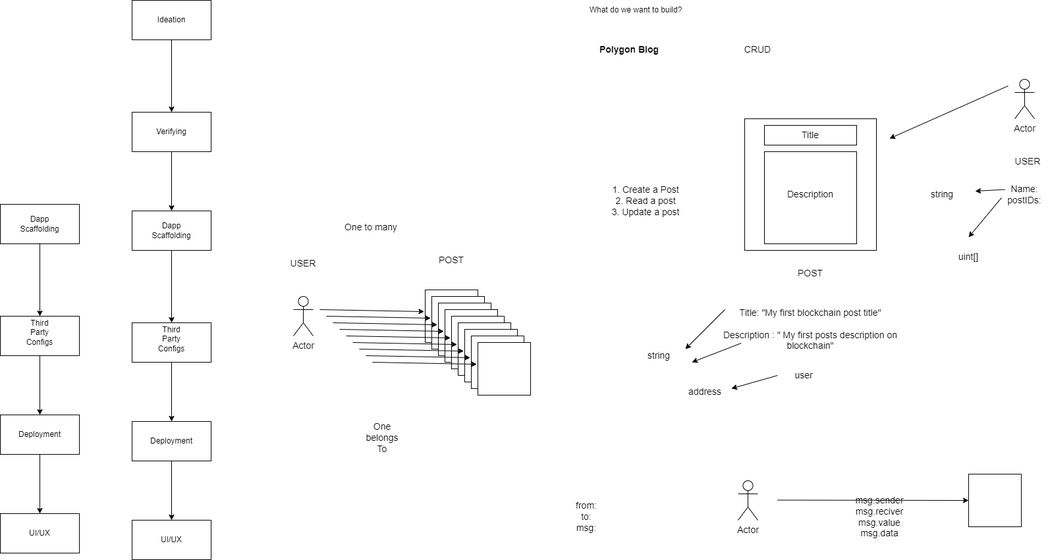
Web3-courses/Diagrams keeps this draw.io diagram as day9.drawio.png. Above is the earlier version. Source tidied: cells renumbered, new cells last; positions are measured from the earlier drawing's top-left corner, leaving out a move shared by most shapes.
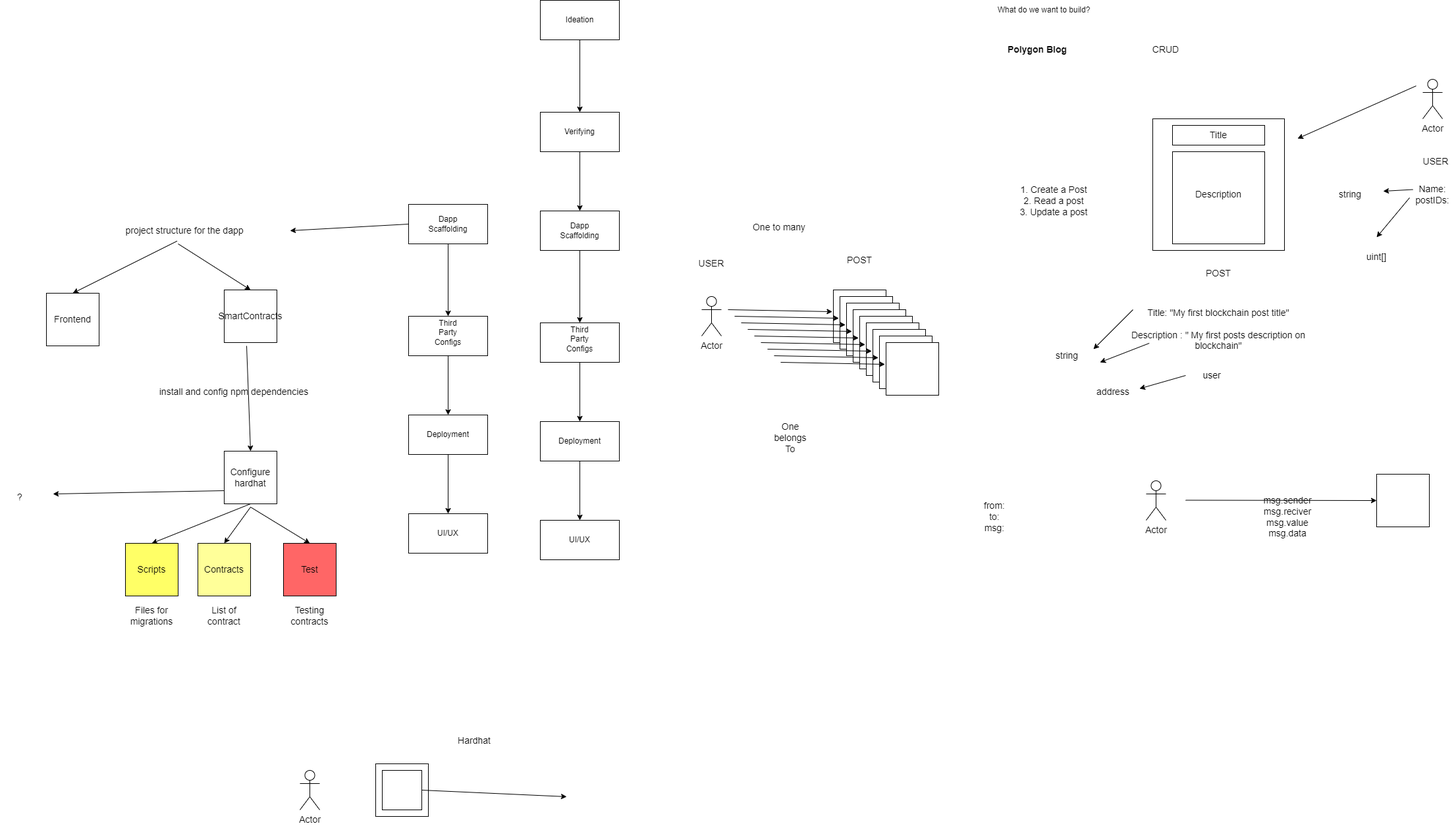
Above is the later version.

Change to the diagram source:
```diff
@@ -292,5 +292,110 @@
     <mxCell id="83" value="UI/UX" style="text;html=1;strokeColor=none;fillColor=none;align=center;verticalAlign=middle;whiteSpace=wrap;rounded=0;" parent="1" vertex="1">
       <mxGeometry x="30" y="795" width="60" height="30" as="geometry" />
     </mxCell>
+    <mxCell id="84" style="endArrow=classic;html=1;rounded=0;fontSize=14;exitX=0;exitY=0.5;exitDx=0;exitDy=0;" parent="1" edge="1" source="73">
+      <mxGeometry relative="1" as="geometry">
+        <mxPoint x="-180" y="350" as="targetPoint" />
+      </mxGeometry>
+    </mxCell>
+    <mxCell id="85" value="project structure for the dapp" style="text;html=1;strokeColor=none;fillColor=none;align=center;verticalAlign=middle;whiteSpace=wrap;rounded=0;fontSize=14;" parent="1" vertex="1">
+      <mxGeometry x="-440" y="335" width="200" height="30" as="geometry" />
+    </mxCell>
+    <mxCell id="86" style="whiteSpace=wrap;html=1;fontSize=14;" parent="1" vertex="1">
+      <mxGeometry x="-550" y="445" width="80" height="80" as="geometry" />
+    </mxCell>
+    <mxCell id="87" style="whiteSpace=wrap;html=1;fontSize=14;" parent="1" vertex="1">
+      <mxGeometry x="-280" y="440" width="80" height="80" as="geometry" />
+    </mxCell>
+    <mxCell id="88" style="endArrow=classic;html=1;rounded=0;fontSize=14;exitX=0.442;exitY=1.027;exitDx=0;exitDy=0;exitPerimeter=0;entryX=0.5;entryY=0;entryDx=0;entryDy=0;" parent="1" edge="1" source="85" target="86">
+      <mxGeometry relative="1" as="geometry" />
+    </mxCell>
+    <mxCell id="89" style="endArrow=classic;html=1;rounded=0;fontSize=14;entryX=0.5;entryY=0;entryDx=0;entryDy=0;" parent="1" edge="1" target="87">
+      <mxGeometry relative="1" as="geometry">
+        <mxPoint x="-350" y="370" as="sourcePoint" />
+      </mxGeometry>
+    </mxCell>
+    <mxCell id="90" value="Frontend" style="text;html=1;strokeColor=none;fillColor=none;align=center;verticalAlign=middle;whiteSpace=wrap;rounded=0;fontSize=14;" parent="1" vertex="1">
+      <mxGeometry x="-540" y="470" width="60" height="30" as="geometry" />
+    </mxCell>
+    <mxCell id="91" value="SmartContracts" style="text;html=1;strokeColor=none;fillColor=none;align=center;verticalAlign=middle;whiteSpace=wrap;rounded=0;fontSize=14;" parent="1" vertex="1">
+      <mxGeometry x="-270" y="465" width="60" height="30" as="geometry" />
+    </mxCell>
+    <mxCell id="92" style="endArrow=classic;html=1;rounded=0;fontSize=14;exitX=0.425;exitY=1.063;exitDx=0;exitDy=0;exitPerimeter=0;entryX=0.5;entryY=0;entryDx=0;entryDy=0;" parent="1" edge="1" source="87" target="94">
+      <mxGeometry relative="1" as="geometry" />
+    </mxCell>
+    <mxCell id="93" value="install and config npm dependencies" style="text;html=1;strokeColor=none;fillColor=none;align=center;verticalAlign=middle;whiteSpace=wrap;rounded=0;fontSize=14;" parent="1" vertex="1">
+      <mxGeometry x="-390" y="580" width="250" height="30" as="geometry" />
+    </mxCell>
+    <mxCell id="94" style="whiteSpace=wrap;html=1;fontSize=14;" parent="1" vertex="1">
+      <mxGeometry x="-280" y="685" width="80" height="80" as="geometry" />
+    </mxCell>
+    <mxCell id="95" value="Configure hardhat" style="text;html=1;strokeColor=none;fillColor=none;align=center;verticalAlign=middle;whiteSpace=wrap;rounded=0;fontSize=14;" parent="1" vertex="1">
+      <mxGeometry x="-270" y="710" width="60" height="30" as="geometry" />
+    </mxCell>
+    <mxCell id="96" style="whiteSpace=wrap;html=1;fontSize=14;fillColor=#FFFF66;" parent="1" vertex="1">
+      <mxGeometry x="-430" y="825" width="80" height="80" as="geometry" />
+    </mxCell>
+    <mxCell id="97" style="whiteSpace=wrap;html=1;fontSize=14;fillColor=#FFFF99;" parent="1" vertex="1">
+      <mxGeometry x="-320" y="825" width="80" height="80" as="geometry" />
+    </mxCell>
+    <mxCell id="98" style="whiteSpace=wrap;html=1;fontSize=14;fillColor=#FF6666;" parent="1" vertex="1">
+      <mxGeometry x="-190" y="825" width="80" height="80" as="geometry" />
+    </mxCell>
+    <mxCell id="99" style="endArrow=classic;html=1;rounded=0;fontSize=14;exitX=0.5;exitY=1;exitDx=0;exitDy=0;entryX=0.5;entryY=0;entryDx=0;entryDy=0;" parent="1" edge="1" source="94" target="96">
+      <mxGeometry relative="1" as="geometry" />
+    </mxCell>
+    <mxCell id="100" style="endArrow=classic;html=1;rounded=0;fontSize=14;entryX=0.5;entryY=0;entryDx=0;entryDy=0;" parent="1" edge="1" target="97">
+      <mxGeometry relative="1" as="geometry">
+        <mxPoint x="-240" y="770" as="sourcePoint" />
+      </mxGeometry>
+    </mxCell>
+    <mxCell id="101" style="endArrow=classic;html=1;rounded=0;fontSize=14;entryX=0.5;entryY=0;entryDx=0;entryDy=0;" parent="1" edge="1" target="98">
+      <mxGeometry relative="1" as="geometry">
+        <mxPoint x="-240" y="770" as="sourcePoint" />
+      </mxGeometry>
+    </mxCell>
+    <mxCell id="102" value="Scripts" style="text;html=1;strokeColor=none;fillColor=none;align=center;verticalAlign=middle;whiteSpace=wrap;rounded=0;fontSize=14;" parent="1" vertex="1">
+      <mxGeometry x="-420" y="850" width="60" height="30" as="geometry" />
+    </mxCell>
+    <mxCell id="103" value="Contracts" style="text;html=1;strokeColor=none;fillColor=none;align=center;verticalAlign=middle;whiteSpace=wrap;rounded=0;fontSize=14;" parent="1" vertex="1">
+      <mxGeometry x="-310" y="850" width="60" height="30" as="geometry" />
+    </mxCell>
+    <mxCell id="104" value="Test" style="text;html=1;strokeColor=none;fillColor=none;align=center;verticalAlign=middle;whiteSpace=wrap;rounded=0;fontSize=14;" parent="1" vertex="1">
+      <mxGeometry x="-180" y="850" width="60" height="30" as="geometry" />
+    </mxCell>
+    <mxCell id="105" style="endArrow=classic;html=1;rounded=0;fontSize=14;exitX=0;exitY=0.75;exitDx=0;exitDy=0;" parent="1" edge="1" source="94">
+      <mxGeometry relative="1" as="geometry">
+        <mxPoint x="-540" y="750" as="targetPoint" />
+      </mxGeometry>
+    </mxCell>
+    <mxCell id="106" value="?" style="text;html=1;strokeColor=none;fillColor=none;align=center;verticalAlign=middle;whiteSpace=wrap;rounded=0;fontSize=14;" parent="1" vertex="1">
+      <mxGeometry x="-620" y="740" width="60" height="30" as="geometry" />
+    </mxCell>
+    <mxCell id="107" value="Files for migrations" style="text;html=1;strokeColor=none;fillColor=none;align=center;verticalAlign=middle;whiteSpace=wrap;rounded=0;fontSize=14;" parent="1" vertex="1">
+      <mxGeometry x="-420" y="920" width="60" height="30" as="geometry" />
+    </mxCell>
+    <mxCell id="108" value="List of contract" style="text;html=1;strokeColor=none;fillColor=none;align=center;verticalAlign=middle;whiteSpace=wrap;rounded=0;fontSize=14;" parent="1" vertex="1">
+      <mxGeometry x="-310" y="920" width="60" height="30" as="geometry" />
+    </mxCell>
+    <mxCell id="109" value="Testing contracts" style="text;html=1;strokeColor=none;fillColor=none;align=center;verticalAlign=middle;whiteSpace=wrap;rounded=0;fontSize=14;" parent="1" vertex="1">
+      <mxGeometry x="-180" y="920" width="60" height="30" as="geometry" />
+    </mxCell>
+    <mxCell id="110" style="whiteSpace=wrap;html=1;fontSize=14;" parent="1" vertex="1">
+      <mxGeometry x="-50" y="1160" width="80" height="80" as="geometry" />
+    </mxCell>
+    <mxCell id="111" value="Actor" style="shape=umlActor;verticalLabelPosition=bottom;verticalAlign=top;html=1;fontSize=14;" parent="1" vertex="1">
+      <mxGeometry x="-165" y="1170" width="30" height="60" as="geometry" />
+    </mxCell>
+    <mxCell id="112" style="whiteSpace=wrap;html=1;fontSize=14;" parent="1" vertex="1">
+      <mxGeometry x="-40" y="1170" width="60" height="60" as="geometry" />
+    </mxCell>
+    <mxCell id="113" value="Hardhat" style="text;html=1;strokeColor=none;fillColor=none;align=center;verticalAlign=middle;whiteSpace=wrap;rounded=0;fontSize=14;" parent="1" vertex="1">
+      <mxGeometry x="70" y="1110" width="60" height="30" as="geometry" />
+    </mxCell>
+    <mxCell id="114" style="endArrow=classic;html=1;rounded=0;fontSize=14;exitX=1;exitY=0.5;exitDx=0;exitDy=0;" parent="1" edge="1" source="112">
+      <mxGeometry relative="1" as="geometry">
+        <mxPoint x="240" y="1210" as="targetPoint" />
+      </mxGeometry>
+    </mxCell>
   </root>
 </mxGraphModel>
```
